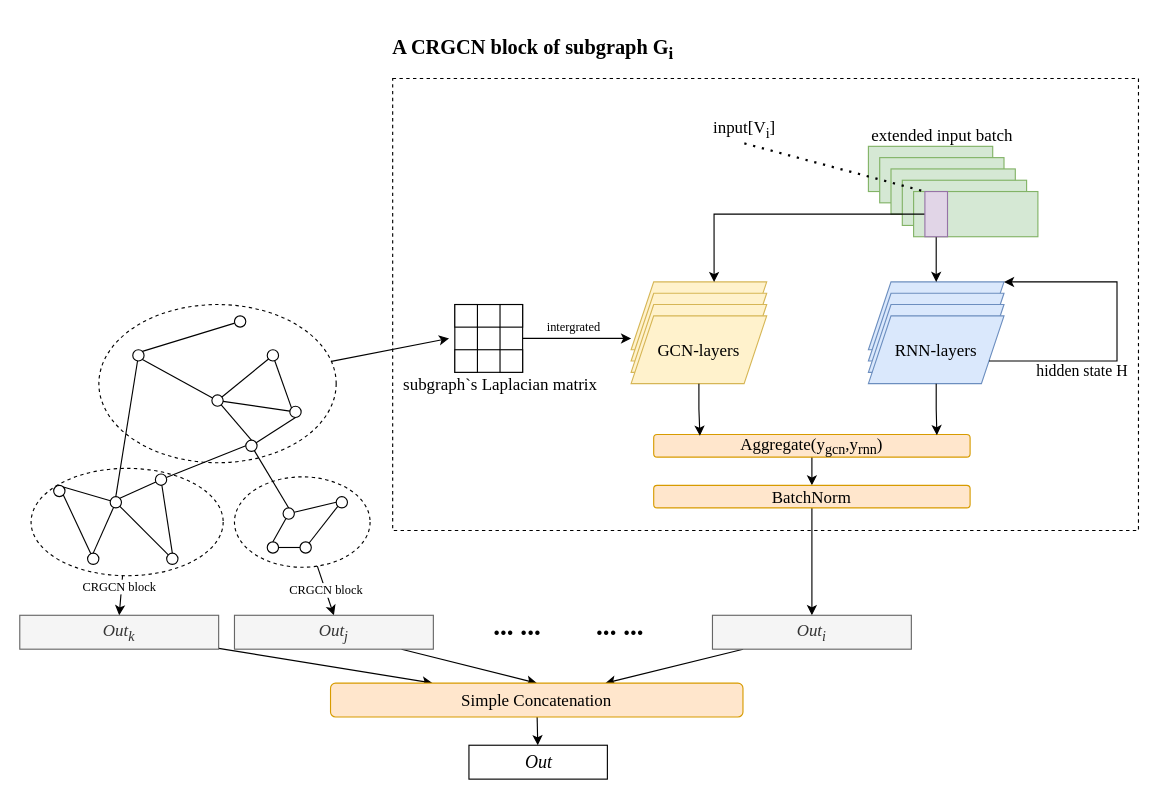
streakyPorker/drawio-diagrams keeps this draw.io diagram as 神经网络.drawio. Above is the earlier version. Source tidied: cells renumbered, new cells numbered last; positions are measured from the earlier drawing's top-left corner, leaving out a move shared by most shapes. Both pictures are drawn from the tidied source at 113%, with x=0, y=0 at pixel (19, 21).
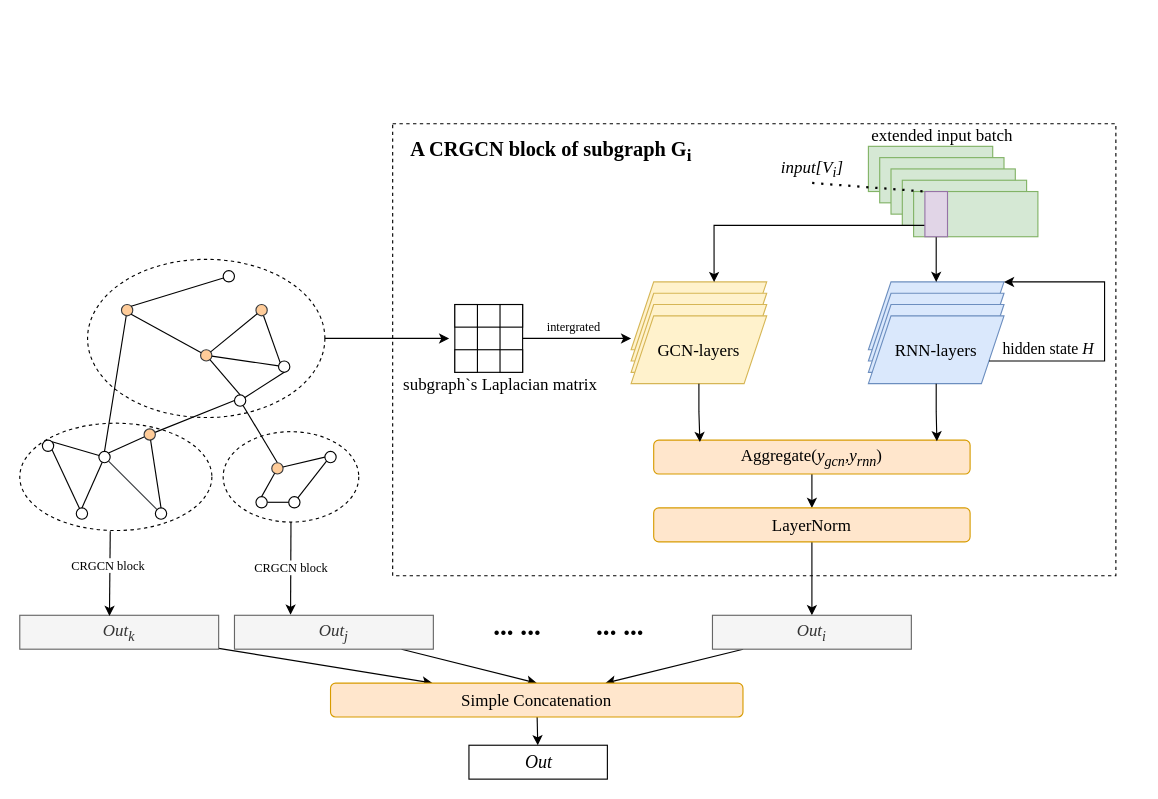
The same page after the edit.

The change refers to these unchanged cells:
```xml
<mxCell id="3" style="ellipse;whiteSpace=wrap;html=1;dashed=1;" parent="2" vertex="1">
  <mxGeometry x="160" y="142.5" width="120" height="80" as="geometry" />
</mxCell>
<mxCell id="4" style="ellipse;whiteSpace=wrap;html=1;dashed=1;" parent="2" vertex="1">
  <mxGeometry x="-20" y="135" width="170" height="95" as="geometry" />
</mxCell>
<mxCell id="6" style="ellipse;whiteSpace=wrap;html=1;" parent="2" vertex="1">
  <mxGeometry x="50" y="160" width="10" height="10" as="geometry" />
</mxCell>
<mxCell id="25" style="ellipse;whiteSpace=wrap;html=1;" parent="2" vertex="1">
  <mxGeometry x="100" y="210" width="10" height="10" as="geometry" />
</mxCell>
<mxCell id="51" style="shape=parallelogram;perimeter=parallelogramPerimeter;whiteSpace=wrap;html=1;fixedSize=1;fontFamily=Times New Roman;fillColor=#fff2cc;strokeColor=#d6b656;" parent="50" vertex="1">
  <mxGeometry width="120" height="60" as="geometry" />
</mxCell>
<mxCell id="55" style="group;" parent="1" vertex="1">
  <mxGeometry x="751" y="230" width="120" height="90" as="geometry" />
</mxCell>
<mxCell id="56" style="shape=parallelogram;perimeter=parallelogramPerimeter;whiteSpace=wrap;html=1;fixedSize=1;fontFamily=Times New Roman;fillColor=#dae8fc;strokeColor=#6c8ebf;" parent="55" vertex="1">
  <mxGeometry width="120" height="60" as="geometry" />
</mxCell>
<mxCell id="59" value="&lt;font style=&quot;font-size: 15px;&quot;&gt;RNN-layers&lt;/font&gt;" style="shape=parallelogram;perimeter=parallelogramPerimeter;whiteSpace=wrap;html=1;fixedSize=1;fontFamily=Times New Roman;fillColor=#dae8fc;strokeColor=#6c8ebf;" parent="55" vertex="1">
  <mxGeometry y="30" width="120" height="60" as="geometry" />
</mxCell>
<mxCell id="76" style="rounded=0;whiteSpace=wrap;html=1;fontFamily=Times New Roman;fillColor=#e1d5e7;strokeColor=#9673a6;" parent="1" vertex="1">
  <mxGeometry x="801" y="150" width="20" height="40" as="geometry" />
</mxCell>
<mxCell id="85" value="&lt;font style=&quot;font-size: 15px;&quot;&gt;&lt;i&gt;Out&lt;sub&gt;k&lt;/sub&gt;&lt;/i&gt;&lt;/font&gt;" style="rounded=0;whiteSpace=wrap;html=1;fontFamily=Times New Roman;fillColor=#f5f5f5;fontColor=#333333;strokeColor=#666666;" parent="1" vertex="1">
  <mxGeometry y="525" width="176" height="30" as="geometry" />
</mxCell>
<mxCell id="87" value="&lt;font style=&quot;font-size: 15px;&quot;&gt;&lt;i&gt;Out&lt;sub style=&quot;&quot;&gt;j&lt;/sub&gt;&lt;/i&gt;&lt;/font&gt;" style="rounded=0;whiteSpace=wrap;html=1;fontFamily=Times New Roman;fillColor=#f5f5f5;fontColor=#333333;strokeColor=#666666;" parent="1" vertex="1">
  <mxGeometry x="190" y="525" width="176" height="30" as="geometry" />
</mxCell>
```

Change to the diagram source:
```diff
@@
     <mxCell id="2" style="group;" parent="1" vertex="1">
-      <mxGeometry x="30" y="260" width="280" height="230" as="geometry" />
+      <mxGeometry x="20" y="220" width="280" height="230" as="geometry" />
     </mxCell>
@@
-    <mxCell id="8" style="ellipse;whiteSpace=wrap;html=1;" parent="2" vertex="1">
+    <mxCell id="8" style="ellipse;whiteSpace=wrap;html=1;fillColor=#ffcc99;strokeColor=#36393d;" parent="2" vertex="1">
       <mxGeometry x="70" y="30" width="10" height="10" as="geometry" />
     </mxCell>
@@
-    <mxCell id="10" style="ellipse;whiteSpace=wrap;html=1;" parent="2" vertex="1">
+    <mxCell id="10" style="ellipse;whiteSpace=wrap;html=1;fillColor=#ffcc99;strokeColor=#36393d;" parent="2" vertex="1">
       <mxGeometry x="140" y="70" width="10" height="10" as="geometry" />
     </mxCell>
@@
-    <mxCell id="23" style="ellipse;whiteSpace=wrap;html=1;" parent="2" vertex="1">
+    <mxCell id="23" style="ellipse;whiteSpace=wrap;html=1;fillColor=#ffcc99;strokeColor=#36393d;" parent="2" vertex="1">
       <mxGeometry x="90" y="140" width="10" height="10" as="geometry" />
     </mxCell>
-    <mxCell id="24" style="edgeStyle=none;rounded=0;jettySize=auto;html=1;entryX=1;entryY=1;entryDx=0;entryDy=0;endArrow=none;endFill=0;" parent="2" edge="1" source="25" target="6">
+    <mxCell id="24" style="edgeStyle=none;rounded=0;jettySize=auto;html=1;entryX=1;entryY=1;entryDx=0;entryDy=0;endArrow=none;endFill=0;fillColor=#ffcc99;strokeColor=#36393d;" parent="2" edge="1" source="25" target="6">
       <mxGeometry relative="1" as="geometry" />
     </mxCell>
@@
-    <mxCell id="31" style="ellipse;whiteSpace=wrap;html=1;" parent="2" vertex="1">
+    <mxCell id="31" style="ellipse;whiteSpace=wrap;html=1;fillColor=#ffcc99;strokeColor=#36393d;" parent="2" vertex="1">
       <mxGeometry x="189" y="30" width="10" height="10" as="geometry" />
     </mxCell>
@@
-    <mxCell id="34" style="ellipse;whiteSpace=wrap;html=1;" parent="2" vertex="1">
+    <mxCell id="34" style="ellipse;whiteSpace=wrap;html=1;fillColor=#ffcc99;strokeColor=#36393d;" parent="2" vertex="1">
       <mxGeometry x="203" y="170" width="10" height="10" as="geometry" />
     </mxCell>
@@
     <mxCell id="41" style="rounded=0;whiteSpace=wrap;html=1;dashed=1;" parent="1" vertex="1">
-      <mxGeometry x="330" y="50" width="660" height="400" as="geometry" />
+      <mxGeometry x="330" y="90" width="640" height="400" as="geometry" />
     </mxCell>
@@
-    <mxCell id="60" value="&lt;font style=&quot;font-size: 14px;&quot;&gt;hidden state H&lt;/font&gt;" style="edgeStyle=orthogonalEdgeStyle;rounded=0;jettySize=auto;html=1;fontFamily=Times New Roman;endArrow=classic;endFill=1;entryX=1;entryY=0;entryDx=0;entryDy=0;" parent="55" edge="1" source="59" target="56">
-      <mxGeometry x="-0.42" y="-10" relative="1" as="geometry">
+    <mxCell id="60" value="&lt;font style=&quot;font-size: 14px;&quot;&gt;hidden state &lt;i&gt;H&lt;/i&gt;&lt;/font&gt;" style="edgeStyle=orthogonalEdgeStyle;rounded=0;jettySize=auto;html=1;fontFamily=Times New Roman;endArrow=classic;endFill=1;entryX=1;entryY=0;entryDx=0;entryDy=0;" parent="55" edge="1" source="59" target="56">
+      <mxGeometry x="-0.6" y="10" relative="1" as="geometry">
         <Array as="points">
-          <mxPoint x="220" y="70" />
-          <mxPoint x="220" />
+          <mxPoint x="209" y="70" />
+          <mxPoint x="209" />
         </Array>
       </mxGeometry>
     </mxCell>
@@
-    <mxCell id="63" value="&lt;font style=&quot;font-size: 15px;&quot;&gt;Aggregate(y&lt;sub&gt;gcn&lt;/sub&gt;,y&lt;sub&gt;rnn&lt;/sub&gt;)&lt;/font&gt;" style="rounded=1;whiteSpace=wrap;html=1;fontFamily=Times New Roman;fillColor=#ffe6cc;strokeColor=#d79b00;" parent="1" vertex="1">
-      <mxGeometry x="561" y="365" width="280" height="20" as="geometry" />
+    <mxCell id="63" value="&lt;font style=&quot;font-size: 15px;&quot;&gt;Aggregate(&lt;i&gt;y&lt;sub&gt;gcn&lt;/sub&gt;,y&lt;sub&gt;rnn&lt;/sub&gt;&lt;/i&gt;)&lt;/font&gt;" style="rounded=1;whiteSpace=wrap;html=1;fontFamily=Times New Roman;fillColor=#ffe6cc;strokeColor=#d79b00;" parent="1" vertex="1">
+      <mxGeometry x="561" y="370" width="280" height="30" as="geometry" />
     </mxCell>
@@
-    <mxCell id="67" value="&lt;font style=&quot;font-size: 15px;&quot;&gt;BatchNorm&lt;/font&gt;" style="rounded=1;whiteSpace=wrap;html=1;fontFamily=Times New Roman;fillColor=#ffe6cc;strokeColor=#d79b00;" parent="1" vertex="1">
-      <mxGeometry x="561" y="410" width="280" height="20" as="geometry" />
+    <mxCell id="67" value="&lt;font style=&quot;font-size: 15px;&quot;&gt;LayerNorm&lt;/font&gt;" style="rounded=1;whiteSpace=wrap;html=1;fontFamily=Times New Roman;fillColor=#ffe6cc;strokeColor=#d79b00;" parent="1" vertex="1">
+      <mxGeometry x="561" y="430" width="280" height="30" as="geometry" />
     </mxCell>
@@
     <mxCell id="74" style="edgeStyle=orthogonalEdgeStyle;rounded=0;jettySize=auto;html=1;entryX=0.612;entryY=0.002;entryDx=0;entryDy=0;entryPerimeter=0;fontFamily=Times New Roman;endArrow=classic;endFill=1;" parent="1" edge="1" source="76" target="51">
-      <mxGeometry relative="1" as="geometry" />
+      <mxGeometry relative="1" as="geometry">
+        <Array as="points">
+          <mxPoint x="614" y="180" />
+        </Array>
+      </mxGeometry>
     </mxCell>
@@
-    <mxCell id="78" value="&lt;span style=&quot;font-size: 15px;&quot;&gt;input[V&lt;sub&gt;i&lt;/sub&gt;]&lt;/span&gt;" style="text;html=1;align=center;verticalAlign=middle;points=[];strokeColor=none;fillColor=none;fontFamily=Times New Roman;" parent="1" vertex="1">
-      <mxGeometry x="606" y="85" width="70" height="20" as="geometry" />
+    <mxCell id="78" value="&lt;span style=&quot;font-size: 15px;&quot;&gt;&lt;i&gt;input[V&lt;sub&gt;i&lt;/sub&gt;]&lt;/i&gt;&lt;/span&gt;" style="text;html=1;align=center;verticalAlign=middle;points=[];strokeColor=none;fillColor=none;fontFamily=Times New Roman;" parent="1" vertex="1">
+      <mxGeometry x="666" y="120" width="70" height="20" as="geometry" />
     </mxCell>
@@
     <mxCell id="80" value="&lt;h2&gt;A CRGCN block of subgraph G&lt;sub&gt;i&lt;/sub&gt;&lt;/h2&gt;" style="text;html=1;align=center;verticalAlign=middle;strokeColor=none;fillColor=none;fontFamily=Times New Roman;" parent="1" vertex="1">
-      <mxGeometry x="324" width="260" height="50" as="geometry" />
+      <mxGeometry x="340" y="90" width="260" height="50" as="geometry" />
     </mxCell>
@@
-    <mxCell id="83" value="CRGCN block" style="edgeStyle=none;rounded=0;jettySize=auto;html=1;fontFamily=Times New Roman;endArrow=classic;endFill=1;entryX=0.5;entryY=0;entryDx=0;entryDy=0;" parent="1" edge="1" source="3" target="87">
+    <mxCell id="83" value="CRGCN block" style="edgeStyle=none;rounded=0;jettySize=auto;html=1;fontFamily=Times New Roman;endArrow=classic;endFill=1;entryX=0.282;entryY=-0.015;entryDx=0;entryDy=0;entryPerimeter=0;" parent="1" edge="1" source="3" target="87">
       <mxGeometry relative="1" as="geometry" />
     </mxCell>
@@
-    <mxCell id="88" value="CRGCN block" style="edgeStyle=none;rounded=0;jettySize=auto;html=1;fontFamily=Times New Roman;endArrow=classic;endFill=1;entryX=0.5;entryY=0;entryDx=0;entryDy=0;" parent="1" edge="1" source="4" target="85">
-      <mxGeometry x="-0.42" y="-2" relative="1" as="geometry" />
+    <mxCell id="88" value="CRGCN block" style="edgeStyle=none;rounded=0;jettySize=auto;html=1;fontFamily=Times New Roman;endArrow=classic;endFill=1;exitX=0.471;exitY=1.007;exitDx=0;exitDy=0;exitPerimeter=0;entryX=0.451;entryY=0.019;entryDx=0;entryDy=0;entryPerimeter=0;" parent="1" edge="1" source="4" target="85">
+      <mxGeometry x="-0.2" y="-2" relative="1" as="geometry" />
     </mxCell>
```
